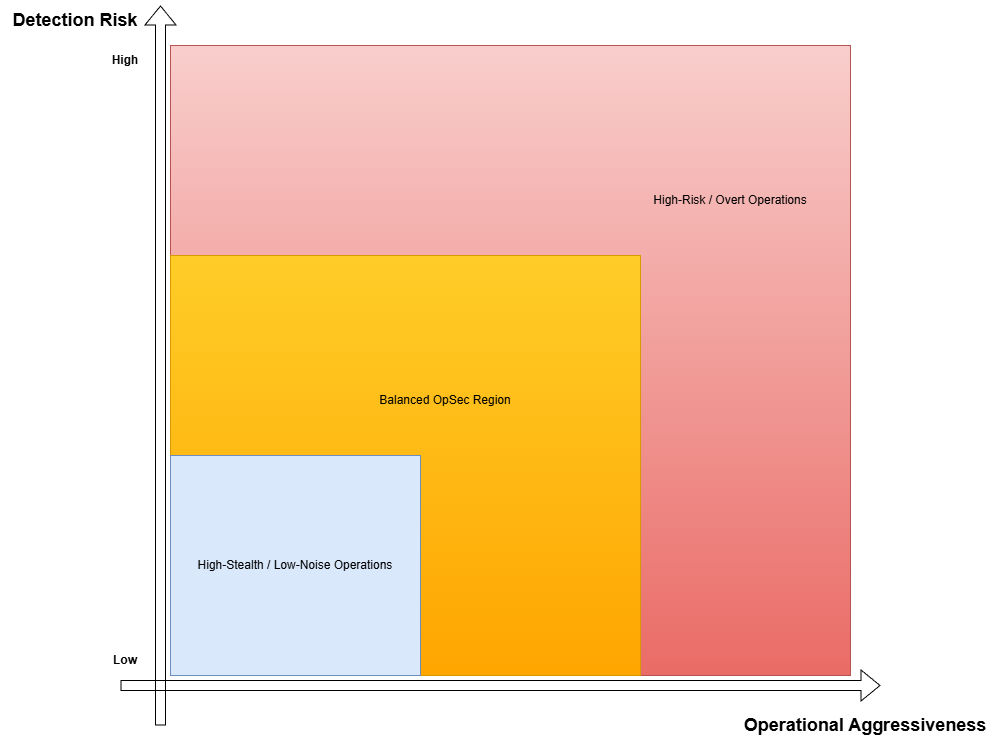
The draw.io diagram opsec/diagrams/opsec-tradeoff-graph.png in supriyo-guha/Offensive-Adversary-Simulation-Critical-Infrastructures, before a commit. Source tidied: cells renumbered, new cells last; positions are measured from the earlier drawing's top-left corner, leaving out a move shared by most shapes. The source it was exported from:
```xml
<mxGraphModel>
  <root>
    <mxCell id="0" />
    <mxCell id="1" parent="0" />
    <mxCell id="2" style="rounded=0;whiteSpace=wrap;html=1;fillColor=#f8cecc;strokeColor=#b85450;gradientColor=#ea6b66;" parent="1" vertex="1">
      <mxGeometry x="170" y="45" width="680" height="630" as="geometry" />
    </mxCell>
    <mxCell id="3" style="rounded=0;whiteSpace=wrap;html=1;fillColor=#ffcd28;strokeColor=#d79b00;gradientColor=#ffa500;" parent="1" vertex="1">
      <mxGeometry x="170" y="255" width="470" height="420" as="geometry" />
    </mxCell>
    <mxCell id="4" style="rounded=0;whiteSpace=wrap;html=1;fillColor=#dae8fc;strokeColor=#6c8ebf;" parent="1" vertex="1">
      <mxGeometry x="170" y="455" width="250" height="220" as="geometry" />
    </mxCell>
    <mxCell id="5" style="shape=flexArrow;endArrow=classic;html=1;rounded=0;fillColor=light-dark(transparent,#FFFFFF);" parent="1" edge="1">
      <mxGeometry relative="1" as="geometry">
        <mxPoint x="160" y="725" as="sourcePoint" />
        <mxPoint x="160" y="5" as="targetPoint" />
      </mxGeometry>
    </mxCell>
    <mxCell id="6" style="shape=flexArrow;endArrow=classic;html=1;rounded=0;fillColor=light-dark(transparent,#FFFFFF);" parent="1" edge="1">
      <mxGeometry relative="1" as="geometry">
        <mxPoint x="120" y="685" as="sourcePoint" />
        <mxPoint x="880" y="685" as="targetPoint" />
      </mxGeometry>
    </mxCell>
    <mxCell id="7" value="&lt;b&gt;&lt;font style=&quot;font-size: 18px;&quot;&gt;Detection Risk&lt;/font&gt;&lt;/b&gt;" style="text;html=1;whiteSpace=wrap;strokeColor=none;fillColor=none;align=center;verticalAlign=middle;rounded=0;" parent="1" vertex="1">
      <mxGeometry width="150" height="40" as="geometry" />
    </mxCell>
    <mxCell id="8" value="&lt;b&gt;&lt;font style=&quot;font-size: 18px;&quot;&gt;Operational Aggressiveness&lt;/font&gt;&lt;/b&gt;" style="text;html=1;whiteSpace=wrap;strokeColor=none;fillColor=none;align=center;verticalAlign=middle;rounded=0;" parent="1" vertex="1">
      <mxGeometry x="730" y="705" width="270" height="40" as="geometry" />
    </mxCell>
    <mxCell id="9" value="&lt;b&gt;High&lt;/b&gt;" style="text;html=1;whiteSpace=wrap;strokeColor=none;fillColor=none;align=center;verticalAlign=middle;rounded=0;" parent="1" vertex="1">
      <mxGeometry x="100" y="45" width="50" height="30" as="geometry" />
    </mxCell>
    <mxCell id="10" value="&lt;b&gt;Low&lt;/b&gt;" style="text;html=1;whiteSpace=wrap;strokeColor=none;fillColor=none;align=center;verticalAlign=middle;rounded=0;" parent="1" vertex="1">
      <mxGeometry x="100" y="645" width="50" height="30" as="geometry" />
    </mxCell>
    <mxCell id="11" value="High-Stealth / Low-Noise Operations" style="text;html=1;whiteSpace=wrap;strokeColor=none;fillColor=none;align=center;verticalAlign=middle;rounded=0;" parent="1" vertex="1">
      <mxGeometry x="185" y="550" width="220" height="30" as="geometry" />
    </mxCell>
    <mxCell id="12" value="Balanced OpSec Region" style="text;html=1;whiteSpace=wrap;strokeColor=none;fillColor=none;align=center;verticalAlign=middle;rounded=0;" parent="1" vertex="1">
      <mxGeometry x="370" y="385" width="150" height="30" as="geometry" />
    </mxCell>
    <mxCell id="13" value="High-Risk / Overt Operations" style="text;html=1;whiteSpace=wrap;strokeColor=none;fillColor=none;align=center;verticalAlign=middle;rounded=0;" parent="1" vertex="1">
      <mxGeometry x="640" y="185" width="180" height="30" as="geometry" />
    </mxCell>
  </root>
</mxGraphModel>
```
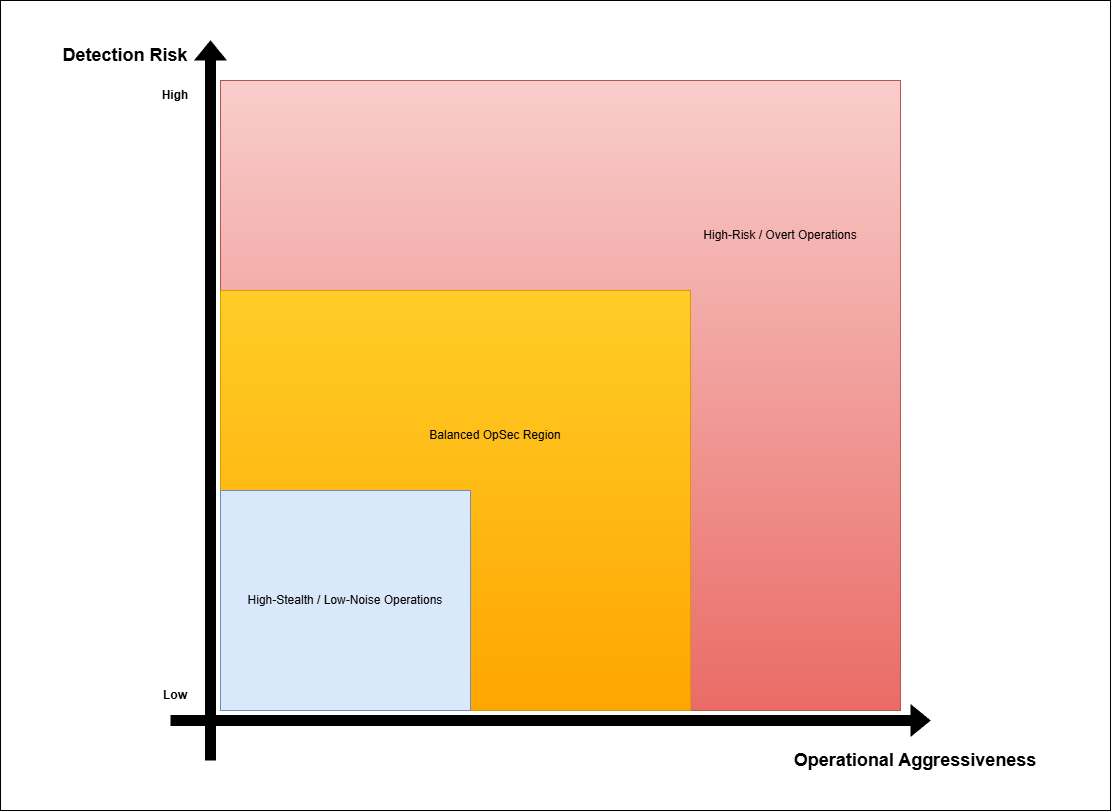
The same file after the commit.

Change to the diagram source:
```diff
@@ -2,6 +2,9 @@
   <root>
     <mxCell id="0" />
     <mxCell id="1" parent="0" />
+    <mxCell id="14" style="rounded=0;whiteSpace=wrap;html=1;" parent="1" vertex="1">
+      <mxGeometry x="-50" y="-35" width="1110" height="810" as="geometry" />
+    </mxCell>
     <mxCell id="2" style="rounded=0;whiteSpace=wrap;html=1;fillColor=#f8cecc;strokeColor=#b85450;gradientColor=#ea6b66;" parent="1" vertex="1">
       <mxGeometry x="170" y="45" width="680" height="630" as="geometry" />
     </mxCell>
@@ -11,28 +14,28 @@
     <mxCell id="4" style="rounded=0;whiteSpace=wrap;html=1;fillColor=#dae8fc;strokeColor=#6c8ebf;" parent="1" vertex="1">
       <mxGeometry x="170" y="455" width="250" height="220" as="geometry" />
     </mxCell>
-    <mxCell id="5" style="shape=flexArrow;endArrow=classic;html=1;rounded=0;fillColor=light-dark(transparent,#FFFFFF);" parent="1" edge="1">
+    <mxCell id="5" style="shape=flexArrow;endArrow=classic;html=1;rounded=0;fillColor=light-dark(#000000,#FFFFFF);strokeColor=light-dark(#000000,#FFFFFF);" parent="1" edge="1">
       <mxGeometry relative="1" as="geometry">
         <mxPoint x="160" y="725" as="sourcePoint" />
         <mxPoint x="160" y="5" as="targetPoint" />
       </mxGeometry>
     </mxCell>
-    <mxCell id="6" style="shape=flexArrow;endArrow=classic;html=1;rounded=0;fillColor=light-dark(transparent,#FFFFFF);" parent="1" edge="1">
+    <mxCell id="6" style="shape=flexArrow;endArrow=classic;html=1;rounded=0;fillColor=light-dark(#000000,#FFFFFF);strokeColor=light-dark(#000000,#FFFFFF);" parent="1" edge="1">
       <mxGeometry relative="1" as="geometry">
         <mxPoint x="120" y="685" as="sourcePoint" />
         <mxPoint x="880" y="685" as="targetPoint" />
       </mxGeometry>
     </mxCell>
-    <mxCell id="7" value="&lt;b&gt;&lt;font style=&quot;font-size: 18px;&quot;&gt;Detection Risk&lt;/font&gt;&lt;/b&gt;" style="text;html=1;whiteSpace=wrap;strokeColor=none;fillColor=none;align=center;verticalAlign=middle;rounded=0;" parent="1" vertex="1">
+    <mxCell id="7" value="&lt;b&gt;&lt;font style=&quot;font-size: 18px;&quot;&gt;Detection Risk&lt;/font&gt;&lt;/b&gt;" style="text;html=1;whiteSpace=wrap;strokeColor=none;fillColor=none;align=center;verticalAlign=middle;rounded=0;fontColor=light-dark(#000000,#FFFFFF);" parent="1" vertex="1">
       <mxGeometry width="150" height="40" as="geometry" />
     </mxCell>
-    <mxCell id="8" value="&lt;b&gt;&lt;font style=&quot;font-size: 18px;&quot;&gt;Operational Aggressiveness&lt;/font&gt;&lt;/b&gt;" style="text;html=1;whiteSpace=wrap;strokeColor=none;fillColor=none;align=center;verticalAlign=middle;rounded=0;" parent="1" vertex="1">
+    <mxCell id="8" value="&lt;b&gt;&lt;font style=&quot;font-size: 18px;&quot;&gt;Operational Aggressiveness&lt;/font&gt;&lt;/b&gt;" style="text;html=1;whiteSpace=wrap;strokeColor=none;fillColor=none;align=center;verticalAlign=middle;rounded=0;fontColor=light-dark(#000000,#FFFFFF);" parent="1" vertex="1">
       <mxGeometry x="730" y="705" width="270" height="40" as="geometry" />
     </mxCell>
-    <mxCell id="9" value="&lt;b&gt;High&lt;/b&gt;" style="text;html=1;whiteSpace=wrap;strokeColor=none;fillColor=none;align=center;verticalAlign=middle;rounded=0;" parent="1" vertex="1">
+    <mxCell id="9" value="&lt;b&gt;&lt;font style=&quot;color: light-dark(rgb(0, 0, 0), rgb(255, 255, 255));&quot;&gt;High&lt;/font&gt;&lt;/b&gt;" style="text;html=1;whiteSpace=wrap;strokeColor=none;fillColor=none;align=center;verticalAlign=middle;rounded=0;" parent="1" vertex="1">
       <mxGeometry x="100" y="45" width="50" height="30" as="geometry" />
     </mxCell>
-    <mxCell id="10" value="&lt;b&gt;Low&lt;/b&gt;" style="text;html=1;whiteSpace=wrap;strokeColor=none;fillColor=none;align=center;verticalAlign=middle;rounded=0;" parent="1" vertex="1">
+    <mxCell id="10" value="&lt;b&gt;&lt;font style=&quot;color: light-dark(rgb(0, 0, 0), rgb(255, 255, 255));&quot;&gt;Low&lt;/font&gt;&lt;/b&gt;" style="text;html=1;whiteSpace=wrap;strokeColor=none;fillColor=none;align=center;verticalAlign=middle;rounded=0;" parent="1" vertex="1">
       <mxGeometry x="100" y="645" width="50" height="30" as="geometry" />
     </mxCell>
     <mxCell id="11" value="High-Stealth / Low-Noise Operations" style="text;html=1;whiteSpace=wrap;strokeColor=none;fillColor=none;align=center;verticalAlign=middle;rounded=0;" parent="1" vertex="1">
```
